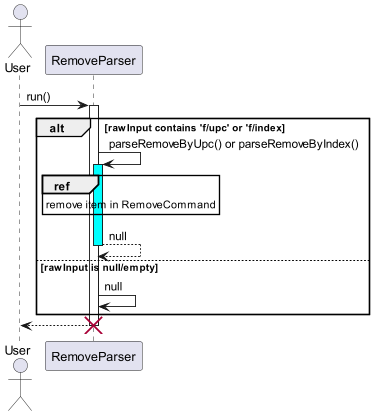
Above: docs/UML/Remove/RemoveParser.png in nus-cs2113-AY2223S2/tp (PlantUML), before the change.
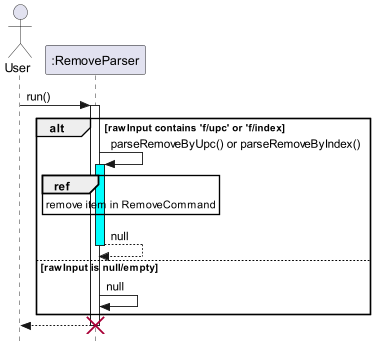
The same diagram one commit later.

What changed in the source:
```diff
@@ -1,20 +1,22 @@
 @startuml
 
 actor User
-User -> RemoveParser: run()
-activate RemoveParser
+
+skinparam style strictuml
+User -> ":RemoveParser": run()
+activate ":RemoveParser"
 alt rawInput contains 'f/upc' or 'f/index
 
-    RemoveParser -> RemoveParser: parseRemoveByUpc() or parseRemoveByIndex()
-    activate RemoveParser #cyan
-    ref over RemoveParser
+    ":RemoveParser" -> ":RemoveParser": parseRemoveByUpc() or parseRemoveByIndex()
+    activate ":RemoveParser" #cyan
+    ref over ":RemoveParser"
     remove item in RemoveCommand
     end ref
     return null
 else rawInput is null/empty
-    RemoveParser -> RemoveParser: null
+    ":RemoveParser" -> ":RemoveParser": null
 end
 
 return
-destroy RemoveParser
+destroy ":RemoveParser"
 @enduml
```
